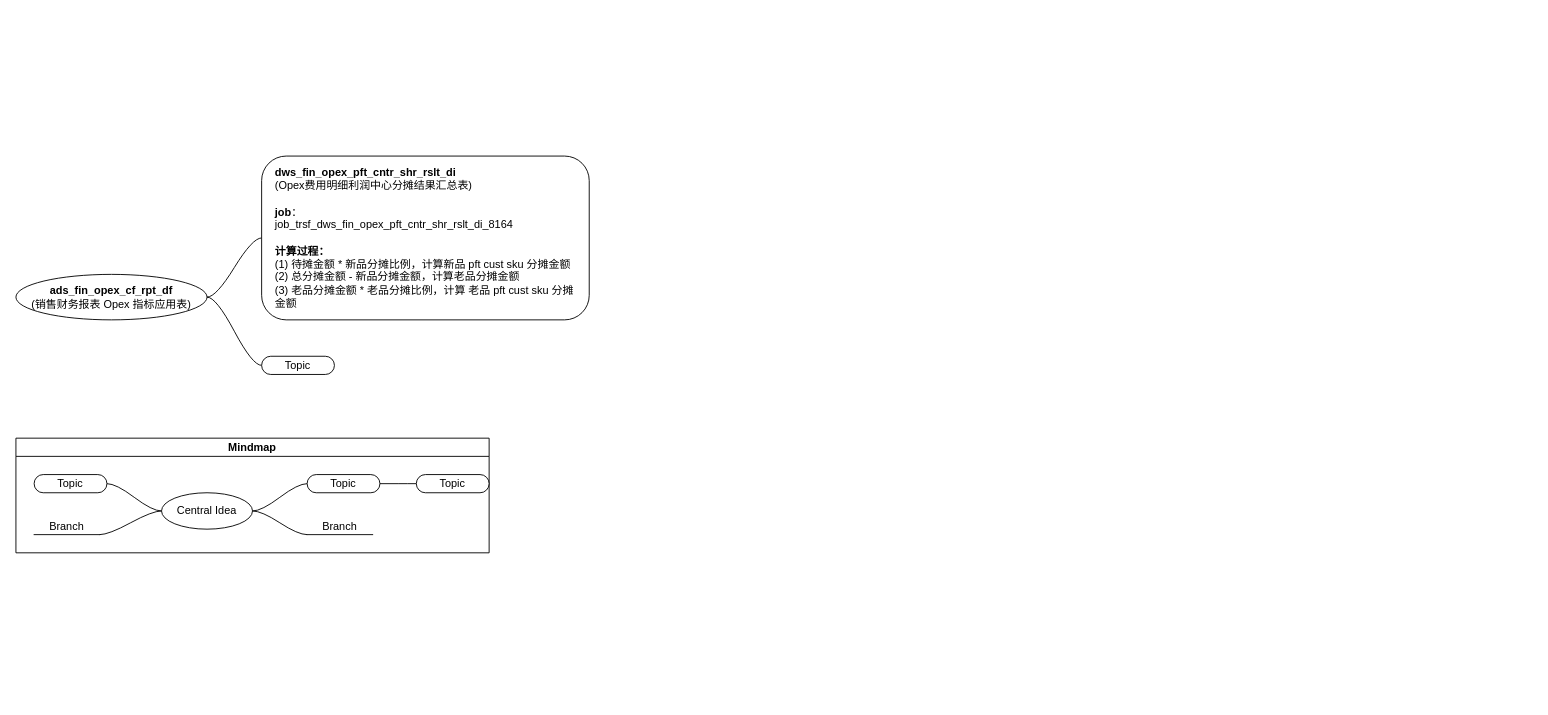
fsJerryChan/fsJerryChan keeps this draw.io diagram as vitasoy-fin-opex.drawio. Above is the earlier version. Source tidied: cells renumbered, new cells numbered last; positions are measured from the earlier drawing's top-left corner, leaving out a move shared by most shapes. Both pictures are drawn from the tidied source at 91%, with x=0, y=0 at pixel (15, 156).
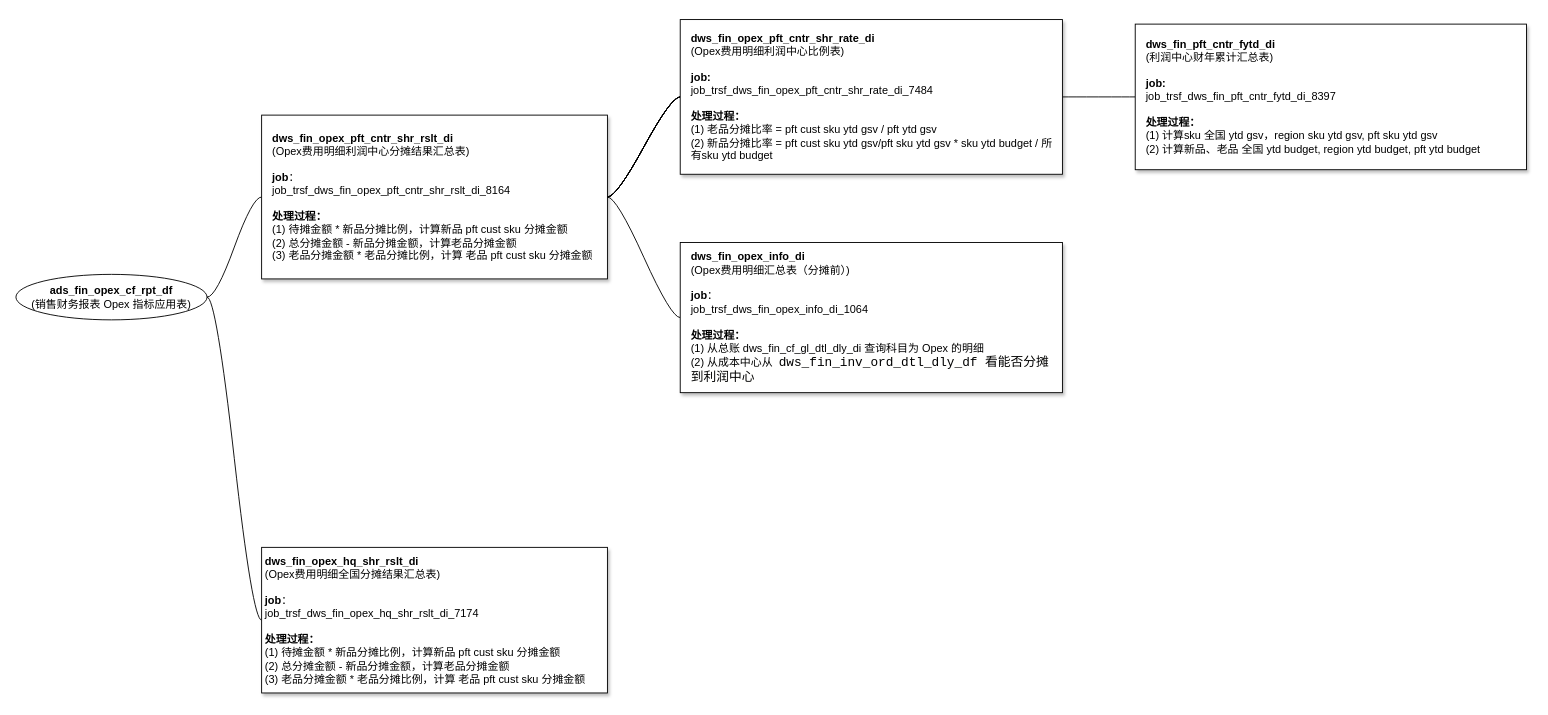
The same page after the edit.

What changed in the source:
```diff
@@
 <mxGraphModel>
   <root>
     <mxCell id="0" />
     <mxCell id="1" parent="0" />
-    <mxCell id="2" style="edgeStyle=entityRelationEdgeStyle;rounded=0;jettySize=auto;html=1;startArrow=none;endArrow=none;segment=10;curved=1;sourcePerimeterSpacing=0;targetPerimeterSpacing=0;" parent="1" edge="1" source="3" target="18">
-      <mxGeometry relative="1" as="geometry" />
+    <mxCell id="2" style="edgeStyle=entityRelationEdgeStyle;rounded=0;jettySize=auto;html=1;startArrow=none;endArrow=none;segment=10;curved=1;sourcePerimeterSpacing=0;targetPerimeterSpacing=0;entryX=0;entryY=0.5;entryDx=0;entryDy=0;" parent="1" edge="1" source="3" target="26">
+      <mxGeometry relative="1" as="geometry">
+        <Array as="points">
+          <mxPoint x="210" y="80" />
+          <mxPoint x="260" y="80" />
+          <mxPoint x="270" y="60" />
+        </Array>
+      </mxGeometry>
     </mxCell>
     <mxCell id="3" value="&lt;b&gt;ads_fin_opex_cf_rpt_df&lt;/b&gt;&lt;br&gt;(销售财务报表 Opex 指标应用表)" style="ellipse;whiteSpace=wrap;html=1;align=center;newEdgeStyle={&quot;edgeStyle&quot;:&quot;entityRelationEdgeStyle&quot;,&quot;startArrow&quot;:&quot;none&quot;,&quot;endArrow&quot;:&quot;none&quot;,&quot;segment&quot;:10,&quot;curved&quot;:1,&quot;sourcePerimeterSpacing&quot;:0,&quot;targetPerimeterSpacing&quot;:0};" parent="1" vertex="1">
       <mxGeometry y="130" width="210" height="50" as="geometry" />
     </mxCell>
     <mxCell id="4" style="edgeStyle=entityRelationEdgeStyle;startArrow=none;endArrow=none;segment=10;curved=1;sourcePerimeterSpacing=0;targetPerimeterSpacing=0;rounded=0;" parent="1" edge="1" source="3" target="5">
       <mxGeometry relative="1" as="geometry" />
     </mxCell>
-    <mxCell id="5" value="Topic" style="whiteSpace=wrap;html=1;rounded=1;arcSize=50;align=center;verticalAlign=middle;strokeWidth=1;spacing=4;newEdgeStyle={&quot;edgeStyle&quot;:&quot;entityRelationEdgeStyle&quot;,&quot;startArrow&quot;:&quot;none&quot;,&quot;endArrow&quot;:&quot;none&quot;,&quot;segment&quot;:10,&quot;curved&quot;:1,&quot;sourcePerimeterSpacing&quot;:0,&quot;targetPerimeterSpacing&quot;:0};shadow=0;glass=0;" parent="1" vertex="1">
-      <mxGeometry x="270" y="220" width="80" height="20" as="geometry" />
+    <mxCell id="5" value="&lt;b style=&quot;border-color: var(--border-color);&quot;&gt;dws_fin_opex_hq_shr_rslt_di&lt;/b&gt;&lt;br style=&quot;border-color: var(--border-color);&quot;&gt;(Opex费用明细全国分摊结果汇总表)&lt;br style=&quot;border-color: var(--border-color);&quot;&gt;&lt;br style=&quot;border-color: var(--border-color);&quot;&gt;&lt;b style=&quot;border-color: var(--border-color);&quot;&gt;job&lt;/b&gt;&lt;span style=&quot;border-color: var(--border-color);&quot;&gt;：&lt;/span&gt;&lt;br style=&quot;border-color: var(--border-color);&quot;&gt;&lt;span style=&quot;border-color: var(--border-color);&quot;&gt;job_trsf_dws_fin_opex_hq_shr_rslt_di_7174&lt;/span&gt;&lt;br style=&quot;border-color: var(--border-color);&quot;&gt;&lt;br style=&quot;border-color: var(--border-color);&quot;&gt;&lt;b style=&quot;border-color: var(--border-color);&quot;&gt;处理过程：&lt;/b&gt;&lt;br style=&quot;border-color: var(--border-color);&quot;&gt;&lt;span style=&quot;border-color: var(--border-color);&quot;&gt;(1) 待摊金额 * 新品分摊比例，计算新品 pft cust sku 分摊金额&lt;/span&gt;&lt;br style=&quot;border-color: var(--border-color);&quot;&gt;&lt;span style=&quot;border-color: var(--border-color);&quot;&gt;(2) 总分摊金额 - 新品分摊金额，计算老品分摊金额&lt;/span&gt;&lt;br style=&quot;border-color: var(--border-color);&quot;&gt;&lt;span style=&quot;border-color: var(--border-color);&quot;&gt;(3) 老品分摊金额 * 老品分摊比例，计算 老品 pft cust sku 分摊金额&lt;/span&gt;" style="whiteSpace=wrap;html=1;rounded=0;arcSize=50;align=left;verticalAlign=middle;strokeWidth=1;spacing=4;newEdgeStyle={&quot;edgeStyle&quot;:&quot;entityRelationEdgeStyle&quot;,&quot;startArrow&quot;:&quot;none&quot;,&quot;endArrow&quot;:&quot;none&quot;,&quot;segment&quot;:10,&quot;curved&quot;:1,&quot;sourcePerimeterSpacing&quot;:0,&quot;targetPerimeterSpacing&quot;:0};shadow=1;glass=0;" parent="1" vertex="1">
+      <mxGeometry x="270" y="430" width="380" height="160" as="geometry" />
     </mxCell>
-    <mxCell id="6" value="Mindmap" style="swimlane;startSize=20;horizontal=1;containerType=tree;" parent="1" vertex="1">
-      <mxGeometry y="310" width="520" height="126" as="geometry" />
-    </mxCell>
-    <mxCell id="7" style="edgeStyle=entityRelationEdgeStyle;startArrow=none;endArrow=none;segment=10;curved=1;sourcePerimeterSpacing=0;targetPerimeterSpacing=0;rounded=0;" parent="6" edge="1" source="11" target="12">
-      <mxGeometry relative="1" as="geometry" />
-    </mxCell>
-    <mxCell id="8" style="edgeStyle=entityRelationEdgeStyle;startArrow=none;endArrow=none;segment=10;curved=1;sourcePerimeterSpacing=0;targetPerimeterSpacing=0;rounded=0;" parent="6" edge="1" source="11" target="13">
-      <mxGeometry relative="1" as="geometry" />
-    </mxCell>
-    <mxCell id="9" style="edgeStyle=entityRelationEdgeStyle;startArrow=none;endArrow=none;segment=10;curved=1;sourcePerimeterSpacing=0;targetPerimeterSpacing=0;rounded=0;" parent="6" edge="1" source="11" target="14">
-      <mxGeometry relative="1" as="geometry" />
-    </mxCell>
-    <mxCell id="10" style="edgeStyle=entityRelationEdgeStyle;startArrow=none;endArrow=none;segment=10;curved=1;sourcePerimeterSpacing=0;targetPerimeterSpacing=0;rounded=0;" parent="6" edge="1" source="11" target="15">
-      <mxGeometry relative="1" as="geometry" />
-    </mxCell>
-    <mxCell id="11" value="Central Idea" style="ellipse;whiteSpace=wrap;html=1;align=center;newEdgeStyle={&quot;edgeStyle&quot;:&quot;entityRelationEdgeStyle&quot;,&quot;startArrow&quot;:&quot;none&quot;,&quot;endArrow&quot;:&quot;none&quot;,&quot;segment&quot;:10,&quot;curved&quot;:1,&quot;sourcePerimeterSpacing&quot;:0,&quot;targetPerimeterSpacing&quot;:0};" parent="6" vertex="1">
-      <mxGeometry x="160" y="60" width="100" height="40" as="geometry" />
-    </mxCell>
-    <mxCell id="12" value="Topic" style="whiteSpace=wrap;html=1;rounded=1;arcSize=50;align=center;verticalAlign=middle;strokeWidth=1;spacing=4;newEdgeStyle={&quot;edgeStyle&quot;:&quot;entityRelationEdgeStyle&quot;,&quot;startArrow&quot;:&quot;none&quot;,&quot;endArrow&quot;:&quot;none&quot;,&quot;segment&quot;:10,&quot;curved&quot;:1,&quot;sourcePerimeterSpacing&quot;:0,&quot;targetPerimeterSpacing&quot;:0};" parent="6" vertex="1">
-      <mxGeometry x="320" y="40" width="80" height="20" as="geometry" />
-    </mxCell>
-    <mxCell id="13" value="Branch" style="whiteSpace=wrap;html=1;shape=partialRectangle;top=0;left=0;bottom=1;right=0;points=[[0,1],[1,1]];fillColor=none;align=center;verticalAlign=bottom;routingCenterY=0.5;snapToPoint=1;newEdgeStyle={&quot;edgeStyle&quot;:&quot;entityRelationEdgeStyle&quot;,&quot;startArrow&quot;:&quot;none&quot;,&quot;endArrow&quot;:&quot;none&quot;,&quot;segment&quot;:10,&quot;curved&quot;:1,&quot;sourcePerimeterSpacing&quot;:0,&quot;targetPerimeterSpacing&quot;:0};" parent="6" vertex="1">
-      <mxGeometry x="320" y="80" width="72" height="26" as="geometry" />
-    </mxCell>
-    <mxCell id="14" value="Topic" style="whiteSpace=wrap;html=1;rounded=1;arcSize=50;align=center;verticalAlign=middle;strokeWidth=1;spacing=4;newEdgeStyle={&quot;edgeStyle&quot;:&quot;entityRelationEdgeStyle&quot;,&quot;startArrow&quot;:&quot;none&quot;,&quot;endArrow&quot;:&quot;none&quot;,&quot;segment&quot;:10,&quot;curved&quot;:1,&quot;sourcePerimeterSpacing&quot;:0,&quot;targetPerimeterSpacing&quot;:0};" parent="6" vertex="1">
-      <mxGeometry x="20" y="40" width="80" height="20" as="geometry" />
-    </mxCell>
-    <mxCell id="15" value="Branch" style="whiteSpace=wrap;html=1;shape=partialRectangle;top=0;left=0;bottom=1;right=0;points=[[0,1],[1,1]];fillColor=none;align=center;verticalAlign=bottom;routingCenterY=0.5;snapToPoint=1;newEdgeStyle={&quot;edgeStyle&quot;:&quot;entityRelationEdgeStyle&quot;,&quot;startArrow&quot;:&quot;none&quot;,&quot;endArrow&quot;:&quot;none&quot;,&quot;segment&quot;:10,&quot;curved&quot;:1,&quot;sourcePerimeterSpacing&quot;:0,&quot;targetPerimeterSpacing&quot;:0};" parent="6" vertex="1">
-      <mxGeometry x="20" y="80" width="72" height="26" as="geometry" />
-    </mxCell>
-    <mxCell id="16" style="edgeStyle=entityRelationEdgeStyle;startArrow=none;endArrow=none;segment=10;curved=1;sourcePerimeterSpacing=0;targetPerimeterSpacing=0;rounded=0;" parent="6" edge="1" source="12" target="17">
-      <mxGeometry relative="1" as="geometry" />
-    </mxCell>
-    <mxCell id="17" value="Topic" style="whiteSpace=wrap;html=1;rounded=1;arcSize=50;align=center;verticalAlign=middle;strokeWidth=1;spacing=4;newEdgeStyle={&quot;edgeStyle&quot;:&quot;entityRelationEdgeStyle&quot;,&quot;startArrow&quot;:&quot;none&quot;,&quot;endArrow&quot;:&quot;none&quot;,&quot;segment&quot;:10,&quot;curved&quot;:1,&quot;sourcePerimeterSpacing&quot;:0,&quot;targetPerimeterSpacing&quot;:0};" parent="6" vertex="1">
-      <mxGeometry x="440" y="40" width="80" height="20" as="geometry" />
-    </mxCell>
-    <mxCell id="18" value="&lt;b&gt;dws_fin_opex_pft_cntr_shr_rslt_di&lt;/b&gt;&lt;br&gt;(Opex费用明细利润中心分摊结果汇总表)&lt;br&gt;&lt;br&gt;&lt;b&gt;job&lt;/b&gt;：&lt;br&gt;job_trsf_dws_fin_opex_pft_cntr_shr_rslt_di_8164&lt;br&gt;&lt;br&gt;&lt;b&gt;计算过程：&lt;/b&gt;&lt;br&gt;(1) 待摊金额 * 新品分摊比例，计算新品 pft cust sku 分摊金额&lt;br&gt;(2) 总分摊金额 - 新品分摊金额，计算老品分摊金额&lt;br&gt;(3) 老品分摊金额 * 老品分摊比例，计算 老品 pft cust sku 分摊金额" style="whiteSpace=wrap;html=1;rounded=1;align=left;spacingTop=0;spacing=15;" parent="1" vertex="1">
-      <mxGeometry x="270" width="360" height="180" as="geometry" />
-    </mxCell>
+    <mxCell id="19" style="edgeStyle=entityRelationEdgeStyle;rounded=0;jettySize=auto;html=1;startArrow=none;endArrow=none;segment=10;curved=1;sourcePerimeterSpacing=0;targetPerimeterSpacing=0;" parent="1" edge="1" source="26" target="28">
+      <mxGeometry relative="1" as="geometry" />
+    </mxCell>
+    <mxCell id="20" style="edgeStyle=entityRelationEdgeStyle;rounded=0;jettySize=auto;html=1;startArrow=none;endArrow=none;segment=10;curved=1;sourcePerimeterSpacing=0;targetPerimeterSpacing=0;" parent="1" edge="1" source="26" target="28">
+      <mxGeometry relative="1" as="geometry" />
+    </mxCell>
+    <mxCell id="21" style="edgeStyle=entityRelationEdgeStyle;rounded=0;jettySize=auto;html=1;startArrow=none;endArrow=none;segment=10;curved=1;sourcePerimeterSpacing=0;targetPerimeterSpacing=0;" parent="1" edge="1" source="26" target="28">
+      <mxGeometry relative="1" as="geometry" />
+    </mxCell>
+    <mxCell id="22" style="edgeStyle=entityRelationEdgeStyle;rounded=0;jettySize=auto;html=1;startArrow=none;endArrow=none;segment=10;curved=1;sourcePerimeterSpacing=0;targetPerimeterSpacing=0;" parent="1" edge="1" source="26" target="28">
+      <mxGeometry relative="1" as="geometry" />
+    </mxCell>
+    <mxCell id="23" style="edgeStyle=entityRelationEdgeStyle;rounded=0;jettySize=auto;html=1;startArrow=none;endArrow=none;segment=10;curved=1;sourcePerimeterSpacing=0;targetPerimeterSpacing=0;" parent="1" edge="1" source="26" target="28">
+      <mxGeometry relative="1" as="geometry" />
+    </mxCell>
+    <mxCell id="24" style="edgeStyle=entityRelationEdgeStyle;rounded=0;jettySize=auto;html=1;startArrow=none;endArrow=none;segment=10;curved=1;sourcePerimeterSpacing=0;targetPerimeterSpacing=0;" parent="1" edge="1" source="26" target="28">
+      <mxGeometry relative="1" as="geometry" />
+    </mxCell>
+    <mxCell id="25" style="edgeStyle=entityRelationEdgeStyle;rounded=0;jettySize=auto;html=1;startArrow=none;endArrow=none;segment=10;curved=1;sourcePerimeterSpacing=0;targetPerimeterSpacing=0;" parent="1" edge="1" source="26" target="30">
+      <mxGeometry relative="1" as="geometry" />
+    </mxCell>
+    <mxCell id="26" value="&lt;b style=&quot;border-color: var(--border-color);&quot;&gt;dws_fin_opex_pft_cntr_shr_rslt_di&lt;/b&gt;&lt;br style=&quot;border-color: var(--border-color);&quot;&gt;(Opex费用明细利润中心分摊结果汇总表)&lt;br style=&quot;border-color: var(--border-color);&quot;&gt;&lt;br style=&quot;border-color: var(--border-color);&quot;&gt;&lt;b style=&quot;border-color: var(--border-color);&quot;&gt;job&lt;/b&gt;&lt;span style=&quot;&quot;&gt;：&lt;/span&gt;&lt;br style=&quot;border-color: var(--border-color);&quot;&gt;&lt;span style=&quot;&quot;&gt;job_trsf_dws_fin_opex_pft_cntr_shr_rslt_di_8164&lt;/span&gt;&lt;br style=&quot;border-color: var(--border-color);&quot;&gt;&lt;br style=&quot;border-color: var(--border-color);&quot;&gt;&lt;b style=&quot;border-color: var(--border-color);&quot;&gt;处理过程：&lt;/b&gt;&lt;br style=&quot;border-color: var(--border-color);&quot;&gt;&lt;span style=&quot;&quot;&gt;(1) 待摊金额 * 新品分摊比例，计算新品 pft cust sku 分摊金额&lt;/span&gt;&lt;br style=&quot;border-color: var(--border-color);&quot;&gt;&lt;span style=&quot;&quot;&gt;(2) 总分摊金额 - 新品分摊金额，计算老品分摊金额&lt;/span&gt;&lt;br style=&quot;border-color: var(--border-color);&quot;&gt;&lt;span style=&quot;&quot;&gt;(3) 老品分摊金额 * 老品分摊比例，计算 老品 pft cust sku 分摊金额&lt;/span&gt;" style="whiteSpace=wrap;html=1;rounded=0;arcSize=50;align=left;verticalAlign=middle;strokeWidth=1;spacing=12;newEdgeStyle={&quot;edgeStyle&quot;:&quot;entityRelationEdgeStyle&quot;,&quot;startArrow&quot;:&quot;none&quot;,&quot;endArrow&quot;:&quot;none&quot;,&quot;segment&quot;:10,&quot;curved&quot;:1,&quot;sourcePerimeterSpacing&quot;:0,&quot;targetPerimeterSpacing&quot;:0};shadow=1;glass=0;" parent="1" vertex="1">
+      <mxGeometry x="270" y="-45" width="380" height="180" as="geometry" />
+    </mxCell>
+    <mxCell id="27" style="edgeStyle=entityRelationEdgeStyle;rounded=0;jettySize=auto;html=1;startArrow=none;endArrow=none;segment=10;curved=1;sourcePerimeterSpacing=0;targetPerimeterSpacing=0;" parent="1" edge="1" source="28" target="29">
+      <mxGeometry relative="1" as="geometry" />
+    </mxCell>
+    <mxCell id="28" value="&lt;b style=&quot;border-color: var(--border-color);&quot;&gt;dws_fin_opex_pft_cntr_shr_rate_di&lt;/b&gt;&lt;br style=&quot;border-color: var(--border-color);&quot;&gt;(Opex费用明细利润中心比例表)&lt;br style=&quot;border-color: var(--border-color);&quot;&gt;&lt;br style=&quot;border-color: var(--border-color);&quot;&gt;&lt;b style=&quot;border-color: var(--border-color);&quot;&gt;job:&lt;br style=&quot;border-color: var(--border-color);&quot;&gt;&lt;/b&gt;job_trsf_dws_fin_opex_pft_cntr_shr_rate_di_7484&lt;br style=&quot;border-color: var(--border-color);&quot;&gt;&lt;br style=&quot;border-color: var(--border-color);&quot;&gt;&lt;b style=&quot;border-color: var(--border-color);&quot;&gt;处理过程：&lt;/b&gt;&lt;br style=&quot;border-color: var(--border-color);&quot;&gt;(1) 老品分摊比率 = pft cust sku ytd gsv / pft ytd gsv&lt;br style=&quot;border-color: var(--border-color);&quot;&gt;(2) 新品分摊比率 = pft cust sku ytd gsv/pft sku ytd gsv * sku ytd budget / 所有sku ytd budget&amp;nbsp;" style="whiteSpace=wrap;html=1;rounded=0;arcSize=50;align=left;verticalAlign=middle;strokeWidth=1;spacing=12;newEdgeStyle={&quot;edgeStyle&quot;:&quot;entityRelationEdgeStyle&quot;,&quot;startArrow&quot;:&quot;none&quot;,&quot;endArrow&quot;:&quot;none&quot;,&quot;segment&quot;:10,&quot;curved&quot;:1,&quot;sourcePerimeterSpacing&quot;:0,&quot;targetPerimeterSpacing&quot;:0};shadow=1;glass=0;" parent="1" vertex="1">
+      <mxGeometry x="730" y="-150" width="420" height="170" as="geometry" />
+    </mxCell>
+    <mxCell id="29" value="&lt;b style=&quot;border-color: var(--border-color);&quot;&gt;dws_fin_pft_cntr_fytd_di&lt;/b&gt;&lt;br style=&quot;border-color: var(--border-color);&quot;&gt;(利润中心财年累计汇总表)&lt;br style=&quot;border-color: var(--border-color);&quot;&gt;&lt;br style=&quot;border-color: var(--border-color);&quot;&gt;&lt;b style=&quot;border-color: var(--border-color);&quot;&gt;job:&lt;br style=&quot;border-color: var(--border-color);&quot;&gt;&lt;/b&gt;job_trsf_dws_fin_pft_cntr_fytd_di_8397&lt;br style=&quot;border-color: var(--border-color);&quot;&gt;&lt;br style=&quot;border-color: var(--border-color);&quot;&gt;&lt;b style=&quot;border-color: var(--border-color);&quot;&gt;处理过程：&lt;/b&gt;&lt;br style=&quot;border-color: var(--border-color);&quot;&gt;(1) 计算sku 全国 ytd gsv，region sku ytd gsv, pft sku ytd gsv&lt;br style=&quot;border-color: var(--border-color);&quot;&gt;(2)&amp;nbsp;计算新品、老品 全国 ytd budget, region ytd budget, pft ytd budget&amp;nbsp;&amp;nbsp;" style="whiteSpace=wrap;html=1;rounded=0;arcSize=50;align=left;verticalAlign=middle;strokeWidth=1;spacing=12;newEdgeStyle={&quot;edgeStyle&quot;:&quot;entityRelationEdgeStyle&quot;,&quot;startArrow&quot;:&quot;none&quot;,&quot;endArrow&quot;:&quot;none&quot;,&quot;segment&quot;:10,&quot;curved&quot;:1,&quot;sourcePerimeterSpacing&quot;:0,&quot;targetPerimeterSpacing&quot;:0};shadow=1;glass=0;" parent="1" vertex="1">
+      <mxGeometry x="1230" y="-145" width="430" height="160" as="geometry" />
+    </mxCell>
+    <mxCell id="30" value="&lt;b style=&quot;border-color: var(--border-color);&quot;&gt;dws_fin_opex_info_di&lt;/b&gt;&lt;br style=&quot;border-color: var(--border-color);&quot;&gt;(Opex费用明细汇总表（分摊前）)&lt;br style=&quot;border-color: var(--border-color);&quot;&gt;&lt;br style=&quot;border-color: var(--border-color);&quot;&gt;&lt;b style=&quot;border-color: var(--border-color);&quot;&gt;job&lt;/b&gt;&lt;span style=&quot;&quot;&gt;：&lt;/span&gt;&lt;br style=&quot;border-color: var(--border-color);&quot;&gt;job_trsf_dws_fin_opex_info_di_1064&lt;br style=&quot;border-color: var(--border-color);&quot;&gt;&lt;br style=&quot;border-color: var(--border-color);&quot;&gt;&lt;b style=&quot;border-color: var(--border-color);&quot;&gt;处理过程：&lt;/b&gt;&lt;br style=&quot;border-color: var(--border-color);&quot;&gt;(1) 从总账&amp;nbsp;dws_fin_cf_gl_dtl_dly_di&amp;nbsp;查询科目为&amp;nbsp;Opex 的明细&lt;br&gt;(2) 从成本中心从&amp;nbsp;&amp;nbsp;&lt;span style=&quot;background-color: rgb(255, 255, 254); font-family: Consolas, &amp;quot;Courier New&amp;quot;, monospace; font-size: 14px;&quot;&gt;dws_fin_inv_ord_dtl_dly_df 看能否分摊到利润中心&lt;/span&gt;" style="whiteSpace=wrap;html=1;rounded=0;arcSize=50;align=left;verticalAlign=middle;strokeWidth=1;spacing=12;newEdgeStyle={&quot;edgeStyle&quot;:&quot;entityRelationEdgeStyle&quot;,&quot;startArrow&quot;:&quot;none&quot;,&quot;endArrow&quot;:&quot;none&quot;,&quot;segment&quot;:10,&quot;curved&quot;:1,&quot;sourcePerimeterSpacing&quot;:0,&quot;targetPerimeterSpacing&quot;:0};shadow=1;glass=0;" parent="1" vertex="1">
+      <mxGeometry x="730" y="95" width="420" height="165" as="geometry" />
+    </mxCell>
   </root>
 </mxGraphModel>
```
